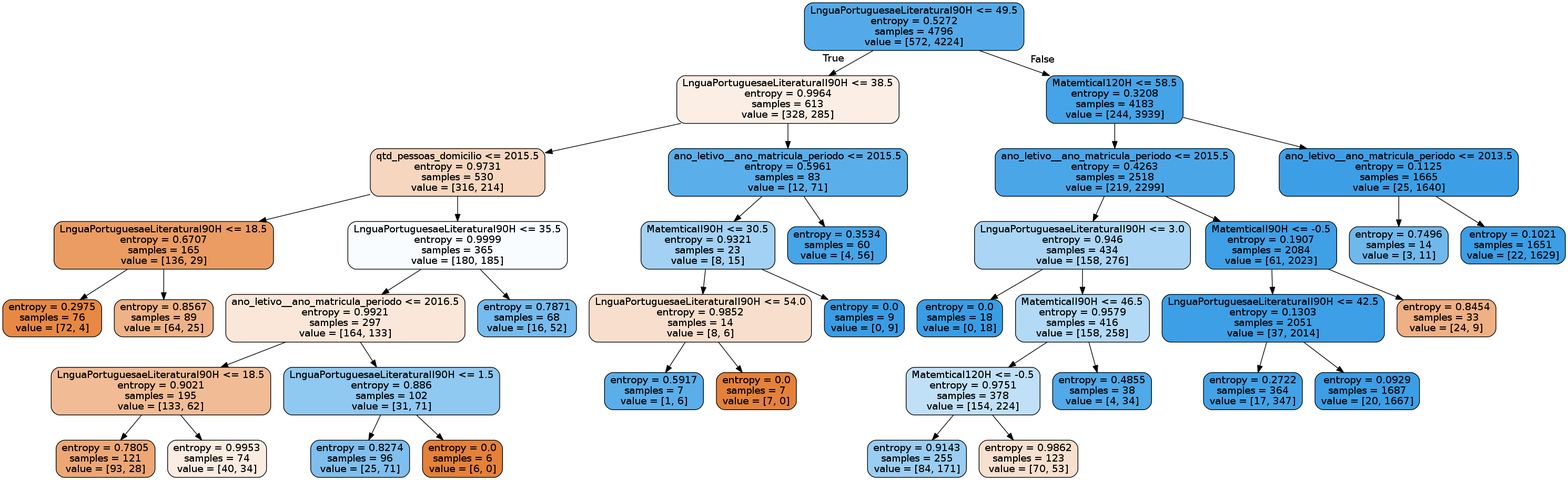
This is tree_red.png from tmedeirosb/modelo_ifrn_integrado, a Graphviz export, as it was before one commit. Its source is kept beside it as tree_red.dot. Its diagram source:
```dot
digraph Tree {
node [shape=box, style="filled, rounded", color="black", fontname=helvetica] ;
edge [fontname=helvetica] ;
0 [label="LnguaPortuguesaeLiteraturaI90H <= 49.5\nentropy = 0.5272\nsamples = 4796\nvalue = [572, 4224]", fillcolor="#399de5dc"] ;
1 [label="LnguaPortuguesaeLiteraturaII90H <= 38.5\nentropy = 0.9964\nsamples = 613\nvalue = [328, 285]", fillcolor="#e5813921"] ;
0 -> 1 [labeldistance=2.5, labelangle=45, headlabel="True"] ;
9 [label="qtd_pessoas_domicilio <= 2015.5\nentropy = 0.9731\nsamples = 530\nvalue = [316, 214]", fillcolor="#e5813952"] ;
1 -> 9 ;
11 [label="LnguaPortuguesaeLiteraturaI90H <= 18.5\nentropy = 0.6707\nsamples = 165\nvalue = [136, 29]", fillcolor="#e58139c9"] ;
9 -> 11 ;
19 [label="entropy = 0.2975\nsamples = 76\nvalue = [72, 4]", fillcolor="#e58139f1"] ;
11 -> 19 ;
20 [label="entropy = 0.8567\nsamples = 89\nvalue = [64, 25]", fillcolor="#e581399b"] ;
11 -> 20 ;
12 [label="LnguaPortuguesaeLiteraturaI90H <= 35.5\nentropy = 0.9999\nsamples = 365\nvalue = [180, 185]", fillcolor="#399de507"] ;
9 -> 12 ;
13 [label="ano_letivo__ano_matricula_periodo <= 2016.5\nentropy = 0.9921\nsamples = 297\nvalue = [164, 133]", fillcolor="#e5813930"] ;
12 -> 13 ;
15 [label="LnguaPortuguesaeLiteraturaI90H <= 18.5\nentropy = 0.9021\nsamples = 195\nvalue = [133, 62]", fillcolor="#e5813988"] ;
13 -> 15 ;
31 [label="entropy = 0.7805\nsamples = 121\nvalue = [93, 28]", fillcolor="#e58139b2"] ;
15 -> 31 ;
32 [label="entropy = 0.9953\nsamples = 74\nvalue = [40, 34]", fillcolor="#e5813926"] ;
15 -> 32 ;
16 [label="LnguaPortuguesaeLiteraturaII90H <= 1.5\nentropy = 0.886\nsamples = 102\nvalue = [31, 71]", fillcolor="#399de590"] ;
13 -> 16 ;
27 [label="entropy = 0.8274\nsamples = 96\nvalue = [25, 71]", fillcolor="#399de5a5"] ;
16 -> 27 ;
28 [label="entropy = 0.0\nsamples = 6\nvalue = [6, 0]", fillcolor="#e58139ff"] ;
16 -> 28 ;
14 [label="entropy = 0.7871\nsamples = 68\nvalue = [16, 52]", fillcolor="#399de5b1"] ;
12 -> 14 ;
10 [label="ano_letivo__ano_matricula_periodo <= 2015.5\nentropy = 0.5961\nsamples = 83\nvalue = [12, 71]", fillcolor="#399de5d4"] ;
1 -> 10 ;
33 [label="MatemticaII90H <= 30.5\nentropy = 0.9321\nsamples = 23\nvalue = [8, 15]", fillcolor="#399de577"] ;
10 -> 33 ;
35 [label="LnguaPortuguesaeLiteraturaII90H <= 54.0\nentropy = 0.9852\nsamples = 14\nvalue = [8, 6]", fillcolor="#e5813940"] ;
33 -> 35 ;
37 [label="entropy = 0.5917\nsamples = 7\nvalue = [1, 6]", fillcolor="#399de5d4"] ;
35 -> 37 ;
38 [label="entropy = 0.0\nsamples = 7\nvalue = [7, 0]", fillcolor="#e58139ff"] ;
35 -> 38 ;
36 [label="entropy = 0.0\nsamples = 9\nvalue = [0, 9]", fillcolor="#399de5ff"] ;
33 -> 36 ;
34 [label="entropy = 0.3534\nsamples = 60\nvalue = [4, 56]", fillcolor="#399de5ed"] ;
10 -> 34 ;
2 [label="MatemticaI120H <= 58.5\nentropy = 0.3208\nsamples = 4183\nvalue = [244, 3939]", fillcolor="#399de5ef"] ;
0 -> 2 [labeldistance=2.5, labelangle=-45, headlabel="False"] ;
3 [label="ano_letivo__ano_matricula_periodo <= 2015.5\nentropy = 0.4263\nsamples = 2518\nvalue = [219, 2299]", fillcolor="#399de5e7"] ;
2 -> 3 ;
5 [label="LnguaPortuguesaeLiteraturaII90H <= 3.0\nentropy = 0.946\nsamples = 434\nvalue = [158, 276]", fillcolor="#399de56d"] ;
3 -> 5 ;
17 [label="entropy = 0.0\nsamples = 18\nvalue = [0, 18]", fillcolor="#399de5ff"] ;
5 -> 17 ;
18 [label="MatemticaII90H <= 46.5\nentropy = 0.9579\nsamples = 416\nvalue = [158, 258]", fillcolor="#399de563"] ;
5 -> 18 ;
23 [label="MatemticaI120H <= -0.5\nentropy = 0.9751\nsamples = 378\nvalue = [154, 224]", fillcolor="#399de550"] ;
18 -> 23 ;
25 [label="entropy = 0.9143\nsamples = 255\nvalue = [84, 171]", fillcolor="#399de582"] ;
23 -> 25 ;
26 [label="entropy = 0.9862\nsamples = 123\nvalue = [70, 53]", fillcolor="#e581393e"] ;
23 -> 26 ;
24 [label="entropy = 0.4855\nsamples = 38\nvalue = [4, 34]", fillcolor="#399de5e1"] ;
18 -> 24 ;
6 [label="MatemticaII90H <= -0.5\nentropy = 0.1907\nsamples = 2084\nvalue = [61, 2023]", fillcolor="#399de5f7"] ;
3 -> 6 ;
7 [label="LnguaPortuguesaeLiteraturaII90H <= 42.5\nentropy = 0.1303\nsamples = 2051\nvalue = [37, 2014]", fillcolor="#399de5fa"] ;
6 -> 7 ;
21 [label="entropy = 0.2722\nsamples = 364\nvalue = [17, 347]", fillcolor="#399de5f3"] ;
7 -> 21 ;
22 [label="entropy = 0.0929\nsamples = 1687\nvalue = [20, 1667]", fillcolor="#399de5fc"] ;
7 -> 22 ;
8 [label="entropy = 0.8454\nsamples = 33\nvalue = [24, 9]", fillcolor="#e581399f"] ;
6 -> 8 ;
4 [label="ano_letivo__ano_matricula_periodo <= 2013.5\nentropy = 0.1125\nsamples = 1665\nvalue = [25, 1640]", fillcolor="#399de5fb"] ;
2 -> 4 ;
29 [label="entropy = 0.7496\nsamples = 14\nvalue = [3, 11]", fillcolor="#399de5b9"] ;
4 -> 29 ;
30 [label="entropy = 0.1021\nsamples = 1651\nvalue = [22, 1629]", fillcolor="#399de5fc"] ;
4 -> 30 ;
}
```
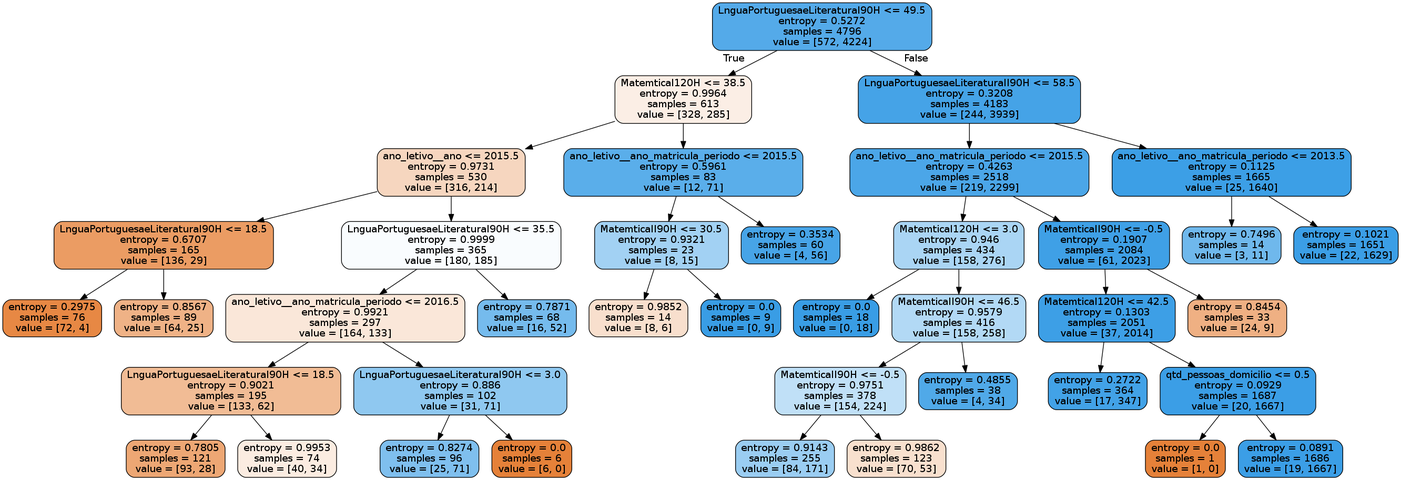
After the commit.

The edit, as a diff of the source:
```diff
@@ -2,9 +2,9 @@
 node [shape=box, style="filled, rounded", color="black", fontname=helvetica] ;
 edge [fontname=helvetica] ;
 0 [label="LnguaPortuguesaeLiteraturaI90H <= 49.5\nentropy = 0.5272\nsamples = 4796\nvalue = [572, 4224]", fillcolor="#399de5dc"] ;
-1 [label="LnguaPortuguesaeLiteraturaII90H <= 38.5\nentropy = 0.9964\nsamples = 613\nvalue = [328, 285]", fillcolor="#e5813921"] ;
+1 [label="MatemticaI120H <= 38.5\nentropy = 0.9964\nsamples = 613\nvalue = [328, 285]", fillcolor="#e5813921"] ;
 0 -> 1 [labeldistance=2.5, labelangle=45, headlabel="True"] ;
-9 [label="qtd_pessoas_domicilio <= 2015.5\nentropy = 0.9731\nsamples = 530\nvalue = [316, 214]", fillcolor="#e5813952"] ;
+9 [label="ano_letivo__ano <= 2015.5\nentropy = 0.9731\nsamples = 530\nvalue = [316, 214]", fillcolor="#e5813952"] ;
 1 -> 9 ;
 11 [label="LnguaPortuguesaeLiteraturaI90H <= 18.5\nentropy = 0.6707\nsamples = 165\nvalue = [136, 29]", fillcolor="#e58139c9"] ;
 9 -> 11 ;
@@ -22,7 +22,7 @@
 15 -> 31 ;
 32 [label="entropy = 0.9953\nsamples = 74\nvalue = [40, 34]", fillcolor="#e5813926"] ;
 15 -> 32 ;
-16 [label="LnguaPortuguesaeLiteraturaII90H <= 1.5\nentropy = 0.886\nsamples = 102\nvalue = [31, 71]", fillcolor="#399de590"] ;
+16 [label="LnguaPortuguesaeLiteraturaI90H <= 3.0\nentropy = 0.886\nsamples = 102\nvalue = [31, 71]", fillcolor="#399de590"] ;
 13 -> 16 ;
 27 [label="entropy = 0.8274\nsamples = 96\nvalue = [25, 71]", fillcolor="#399de5a5"] ;
 16 -> 27 ;
@@ -34,27 +34,23 @@
 1 -> 10 ;
 33 [label="MatemticaII90H <= 30.5\nentropy = 0.9321\nsamples = 23\nvalue = [8, 15]", fillcolor="#399de577"] ;
 10 -> 33 ;
-35 [label="LnguaPortuguesaeLiteraturaII90H <= 54.0\nentropy = 0.9852\nsamples = 14\nvalue = [8, 6]", fillcolor="#e5813940"] ;
+35 [label="entropy = 0.9852\nsamples = 14\nvalue = [8, 6]", fillcolor="#e5813940"] ;
 33 -> 35 ;
-37 [label="entropy = 0.5917\nsamples = 7\nvalue = [1, 6]", fillcolor="#399de5d4"] ;
-35 -> 37 ;
-38 [label="entropy = 0.0\nsamples = 7\nvalue = [7, 0]", fillcolor="#e58139ff"] ;
-35 -> 38 ;
 36 [label="entropy = 0.0\nsamples = 9\nvalue = [0, 9]", fillcolor="#399de5ff"] ;
 33 -> 36 ;
 34 [label="entropy = 0.3534\nsamples = 60\nvalue = [4, 56]", fillcolor="#399de5ed"] ;
 10 -> 34 ;
-2 [label="MatemticaI120H <= 58.5\nentropy = 0.3208\nsamples = 4183\nvalue = [244, 3939]", fillcolor="#399de5ef"] ;
+2 [label="LnguaPortuguesaeLiteraturaII90H <= 58.5\nentropy = 0.3208\nsamples = 4183\nvalue = [244, 3939]", fillcolor="#399de5ef"] ;
 0 -> 2 [labeldistance=2.5, labelangle=-45, headlabel="False"] ;
 3 [label="ano_letivo__ano_matricula_periodo <= 2015.5\nentropy = 0.4263\nsamples = 2518\nvalue = [219, 2299]", fillcolor="#399de5e7"] ;
 2 -> 3 ;
-5 [label="LnguaPortuguesaeLiteraturaII90H <= 3.0\nentropy = 0.946\nsamples = 434\nvalue = [158, 276]", fillcolor="#399de56d"] ;
+5 [label="MatemticaI120H <= 3.0\nentropy = 0.946\nsamples = 434\nvalue = [158, 276]", fillcolor="#399de56d"] ;
 3 -> 5 ;
 17 [label="entropy = 0.0\nsamples = 18\nvalue = [0, 18]", fillcolor="#399de5ff"] ;
 5 -> 17 ;
 18 [label="MatemticaII90H <= 46.5\nentropy = 0.9579\nsamples = 416\nvalue = [158, 258]", fillcolor="#399de563"] ;
 5 -> 18 ;
-23 [label="MatemticaI120H <= -0.5\nentropy = 0.9751\nsamples = 378\nvalue = [154, 224]", fillcolor="#399de550"] ;
+23 [label="MatemticaII90H <= -0.5\nentropy = 0.9751\nsamples = 378\nvalue = [154, 224]", fillcolor="#399de550"] ;
 18 -> 23 ;
 25 [label="entropy = 0.9143\nsamples = 255\nvalue = [84, 171]", fillcolor="#399de582"] ;
 23 -> 25 ;
@@ -64,12 +60,16 @@
 18 -> 24 ;
 6 [label="MatemticaII90H <= -0.5\nentropy = 0.1907\nsamples = 2084\nvalue = [61, 2023]", fillcolor="#399de5f7"] ;
 3 -> 6 ;
-7 [label="LnguaPortuguesaeLiteraturaII90H <= 42.5\nentropy = 0.1303\nsamples = 2051\nvalue = [37, 2014]", fillcolor="#399de5fa"] ;
+7 [label="MatemticaI120H <= 42.5\nentropy = 0.1303\nsamples = 2051\nvalue = [37, 2014]", fillcolor="#399de5fa"] ;
 6 -> 7 ;
 21 [label="entropy = 0.2722\nsamples = 364\nvalue = [17, 347]", fillcolor="#399de5f3"] ;
 7 -> 21 ;
-22 [label="entropy = 0.0929\nsamples = 1687\nvalue = [20, 1667]", fillcolor="#399de5fc"] ;
+22 [label="qtd_pessoas_domicilio <= 0.5\nentropy = 0.0929\nsamples = 1687\nvalue = [20, 1667]", fillcolor="#399de5fc"] ;
 7 -> 22 ;
+37 [label="entropy = 0.0\nsamples = 1\nvalue = [1, 0]", fillcolor="#e58139ff"] ;
+22 -> 37 ;
+38 [label="entropy = 0.0891\nsamples = 1686\nvalue = [19, 1667]", fillcolor="#399de5fc"] ;
+22 -> 38 ;
 8 [label="entropy = 0.8454\nsamples = 33\nvalue = [24, 9]", fillcolor="#e581399f"] ;
 6 -> 8 ;
 4 [label="ano_letivo__ano_matricula_periodo <= 2013.5\nentropy = 0.1125\nsamples = 1665\nvalue = [25, 1640]", fillcolor="#399de5fb"] ;
```
